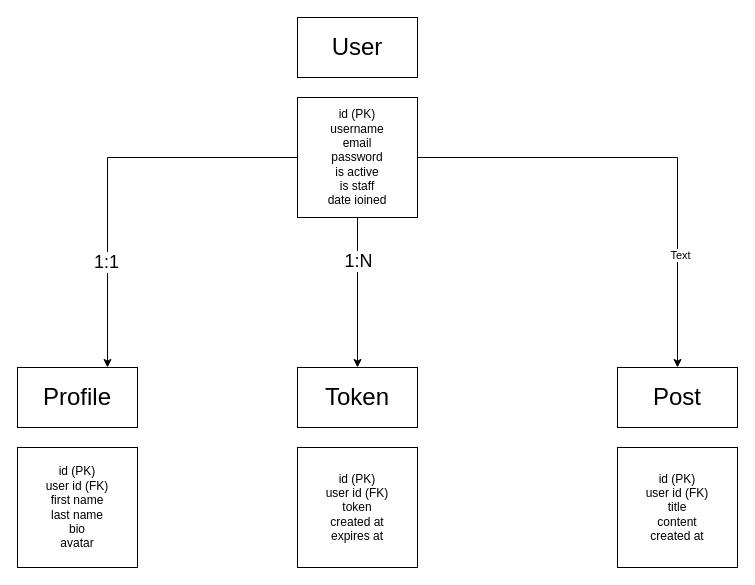
The draw.io diagram flowcharts/ALx Project Nexus ER.drawio in AhmedModi/Alx-airbnb-project-documentation, before the edit. Source tidied: cells renumbered, new cells numbered last; positions are measured from the earlier drawing's top-left corner, leaving out a move shared by most shapes. Both pictures are drawn from the tidied source at 100%, with x=0, y=0 at pixel (17, 17).
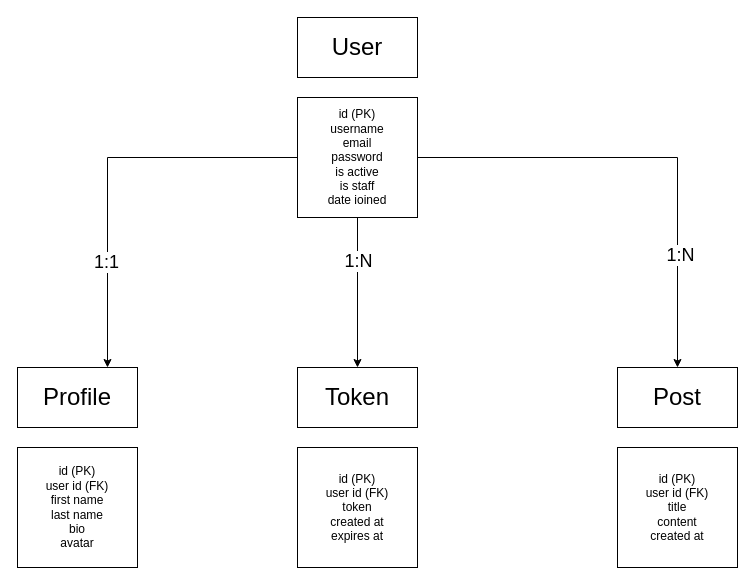
The same diagram, later.

What changed in the source:
```diff
@@
 <mxGraphModel>
   <root>
     <mxCell id="0" />
     <mxCell id="1" parent="0" />
     <mxCell id="2" value="&lt;font style=&quot;font-size: 24px;&quot;&gt;User&lt;/font&gt;" style="rounded=0;whiteSpace=wrap;html=1;" parent="1" vertex="1">
       <mxGeometry x="280" width="120" height="60" as="geometry" />
     </mxCell>
     <mxCell id="3" style="edgeStyle=orthogonalEdgeStyle;rounded=0;jettySize=auto;html=1;entryX=0.75;entryY=0;entryDx=0;entryDy=0;" parent="1" edge="1" source="9" target="10">
       <mxGeometry relative="1" as="geometry" />
     </mxCell>
     <mxCell id="4" value="&lt;font style=&quot;font-size: 18px;&quot;&gt;1:1&lt;/font&gt;" style="edgeLabel;html=1;align=center;verticalAlign=middle;" parent="3" vertex="1">
       <mxGeometry x="0.47" y="-2" relative="1" as="geometry" />
     </mxCell>
     <mxCell id="5" style="edgeStyle=orthogonalEdgeStyle;rounded=0;jettySize=auto;html=1;entryX=0.5;entryY=0;entryDx=0;entryDy=0;" parent="1" edge="1" source="9" target="12">
       <mxGeometry relative="1" as="geometry" />
     </mxCell>
     <mxCell id="6" value="&lt;font style=&quot;font-size: 18px;&quot;&gt;1:N&lt;/font&gt;" style="edgeLabel;html=1;align=center;verticalAlign=middle;" parent="5" vertex="1">
       <mxGeometry x="-0.44" relative="1" as="geometry">
         <mxPoint y="1" as="offset" />
       </mxGeometry>
     </mxCell>
     <mxCell id="7" style="edgeStyle=orthogonalEdgeStyle;rounded=0;jettySize=auto;html=1;entryX=0.5;entryY=0;entryDx=0;entryDy=0;" parent="1" edge="1" source="9" target="14">
       <mxGeometry relative="1" as="geometry" />
     </mxCell>
-    <mxCell id="8" value="Text" style="edgeLabel;html=1;align=center;verticalAlign=middle;" parent="7" vertex="1">
+    <mxCell id="8" value="&lt;font style=&quot;font-size: 18px;&quot;&gt;1:N&lt;/font&gt;" style="edgeLabel;html=1;align=center;verticalAlign=middle;" parent="7" vertex="1">
       <mxGeometry x="0.52" y="2" relative="1" as="geometry" />
     </mxCell>
     <mxCell id="9" value="&lt;div&gt;id (PK)&lt;/div&gt;&lt;div&gt;username&lt;/div&gt;&lt;div&gt;email&lt;/div&gt;&lt;div&gt;password&lt;/div&gt;&lt;div&gt;is active&lt;/div&gt;&lt;div&gt;is staff&lt;/div&gt;&lt;div&gt;date ioined&lt;/div&gt;" style="whiteSpace=wrap;html=1;" parent="1" vertex="1">
       <mxGeometry x="280" y="80" width="120" height="120" as="geometry" />
     </mxCell>
     <mxCell id="10" value="&lt;span style=&quot;font-size: 24px;&quot;&gt;Profile&lt;/span&gt;" style="rounded=0;whiteSpace=wrap;html=1;" parent="1" vertex="1">
       <mxGeometry y="350" width="120" height="60" as="geometry" />
     </mxCell>
     <mxCell id="11" value="&lt;div&gt;id (PK)&lt;/div&gt;&lt;div&gt;user id (FK)&lt;/div&gt;&lt;div&gt;first name&lt;/div&gt;&lt;div&gt;last name&lt;/div&gt;&lt;div&gt;bio&lt;/div&gt;&lt;div&gt;avatar&lt;/div&gt;" style="whiteSpace=wrap;html=1;" parent="1" vertex="1">
       <mxGeometry y="430" width="120" height="120" as="geometry" />
     </mxCell>
     <mxCell id="12" value="&lt;font style=&quot;font-size: 24px;&quot;&gt;Token&lt;/font&gt;" style="rounded=0;whiteSpace=wrap;html=1;" parent="1" vertex="1">
       <mxGeometry x="280" y="350" width="120" height="60" as="geometry" />
     </mxCell>
     <mxCell id="13" value="&lt;div&gt;id (PK)&lt;/div&gt;&lt;div&gt;user id (FK)&lt;/div&gt;&lt;div&gt;token&lt;/div&gt;&lt;div&gt;created at&lt;/div&gt;&lt;div&gt;expires at&lt;/div&gt;" style="whiteSpace=wrap;html=1;" parent="1" vertex="1">
       <mxGeometry x="280" y="430" width="120" height="120" as="geometry" />
     </mxCell>
     <mxCell id="14" value="&lt;font style=&quot;font-size: 24px;&quot;&gt;Post&lt;/font&gt;" style="rounded=0;whiteSpace=wrap;html=1;" parent="1" vertex="1">
       <mxGeometry x="600" y="350" width="120" height="60" as="geometry" />
     </mxCell>
     <mxCell id="15" value="&lt;div&gt;id (PK)&lt;/div&gt;&lt;div&gt;user id (FK)&lt;/div&gt;&lt;div&gt;title&lt;/div&gt;&lt;div&gt;content&lt;/div&gt;&lt;div&gt;created at&lt;/div&gt;" style="whiteSpace=wrap;html=1;" parent="1" vertex="1">
       <mxGeometry x="600" y="430" width="120" height="120" as="geometry" />
     </mxCell>
   </root>
 </mxGraphModel>
```
